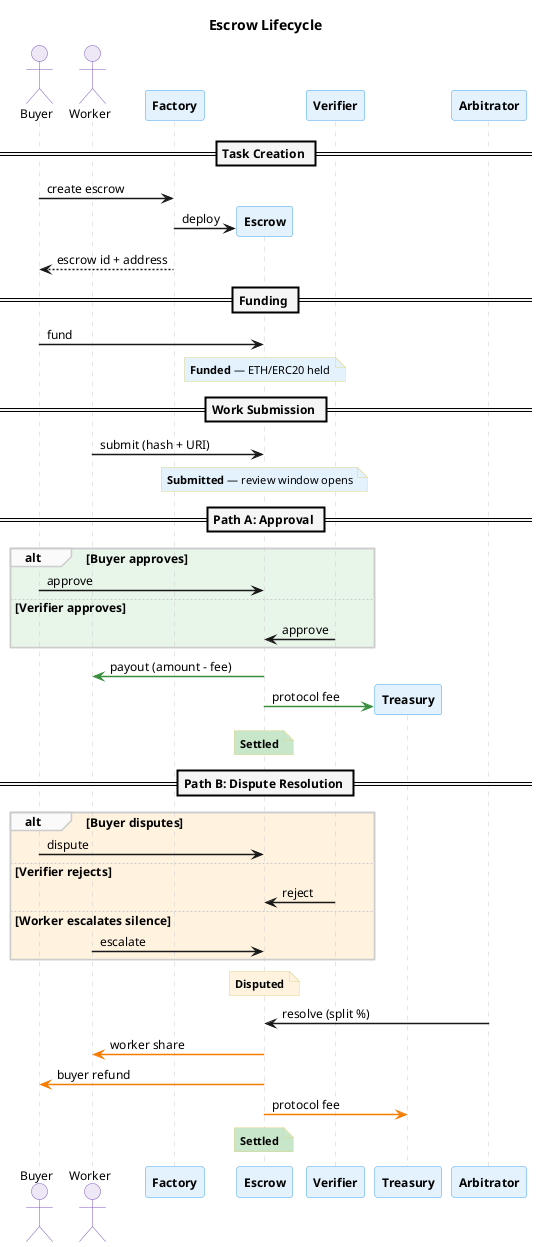
Before: docs/diagrams/lifecycle-sequence.png, a diagram exported from PlantUML (eddiefleurent/agent-escrow). Its source is kept beside it as docs/diagrams/lifecycle-sequence.puml. Its diagram source:
```plantuml
@startuml lifecycle-sequence
skinparam backgroundColor #FFFFFF
skinparam defaultFontName "Helvetica"
skinparam defaultFontSize 12
skinparam shadowing false
skinparam sequenceArrowThickness 1.5
skinparam sequenceLifeLineBorderColor #CCCCCC
skinparam sequenceDividerBackgroundColor #F5F5F5
skinparam sequenceDividerFontStyle bold
skinparam sequenceGroupBackgroundColor #FAFAFA
skinparam sequenceGroupBorderColor #CCCCCC

skinparam participant {
  BorderColor #42A5F5
  BackgroundColor #E3F2FD
  FontStyle bold
}

skinparam actor {
  BorderColor #7E57C2
  BackgroundColor #EDE7F6
}

skinparam note {
  BackgroundColor #FFFDE7
  BorderColor #E0D68A
  FontSize 11
}

title Escrow Lifecycle

actor "Buyer" as buyer
actor "Worker" as worker
participant "Factory" as factory

== Task Creation ==

buyer -> factory : create escrow
factory -> "Escrow" as escrow ** : deploy
factory --> buyer : escrow id + address

== Funding ==

buyer -> escrow : fund
note over escrow #E3F2FD : **Funded** — ETH/ERC20 held

== Work Submission ==

worker -> escrow : submit (hash + URI)
note over escrow #E3F2FD : **Submitted** — review window opens

== Path A: Approval ==

alt #E8F5E9 Buyer approves
  buyer -> escrow : approve
else #E8F5E9 Verifier approves
  "Verifier" as verifier -> escrow : approve
end

escrow -[#388E3C]> worker : payout (amount - fee)
escrow -[#388E3C]> "Treasury" as treasury ** #E8F5E9 : protocol fee
note over escrow #C8E6C9 : **Settled**

== Path B: Dispute Resolution ==

alt #FFF3E0 Buyer disputes
  buyer -> escrow : dispute
else #FFF3E0 Verifier rejects
  verifier -> escrow : reject
else #FFF3E0 Worker escalates silence
  worker -> escrow : escalate
end

note over escrow #FFF3E0 : **Disputed**

"Arbitrator" as arbitrator -> escrow : resolve (split %)

escrow -[#F57C00]> worker : worker share
escrow -[#F57C00]> buyer : buyer refund
escrow -[#F57C00]> treasury : protocol fee
note over escrow #C8E6C9 : **Settled**

@enduml
```
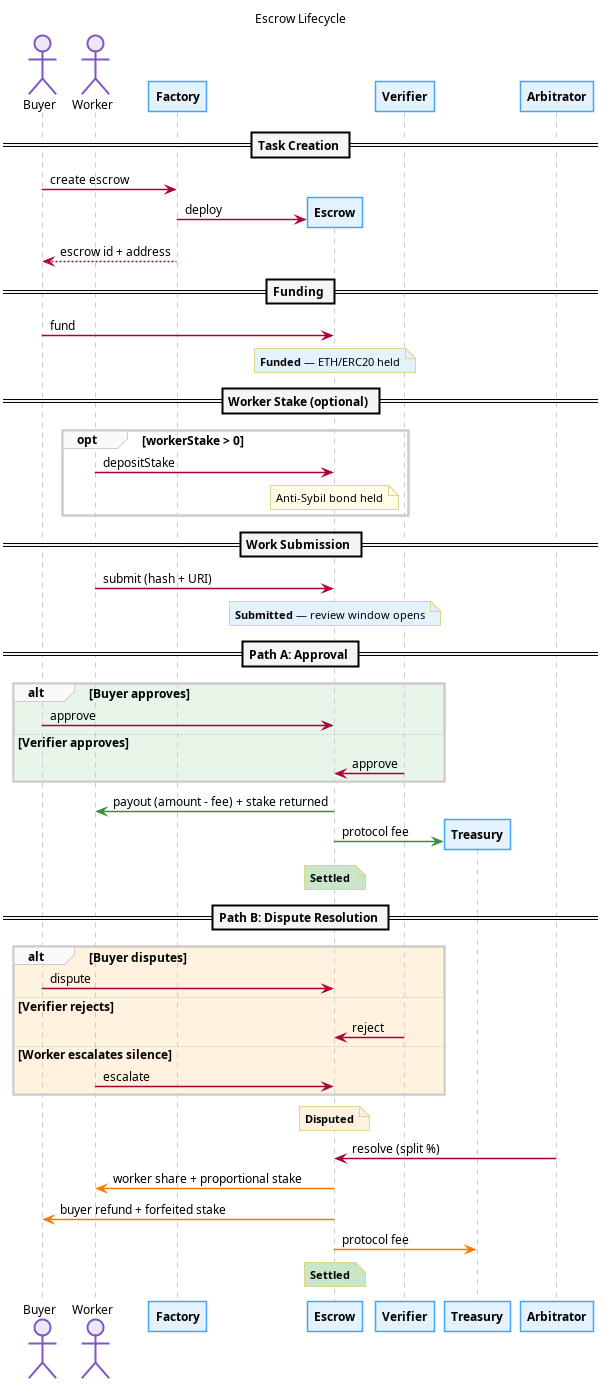
After the commit.

Change to the diagram source:
```diff
@@ -44,6 +44,13 @@
 buyer -> escrow : fund
 note over escrow #E3F2FD : **Funded** — ETH/ERC20 held
 
+== Worker Stake (optional) ==
+
+opt workerStake > 0
+  worker -> escrow : depositStake
+  note over escrow #FFFDE7 : Anti-Sybil bond held
+end
+
 == Work Submission ==
 
 worker -> escrow : submit (hash + URI)
@@ -57,7 +64,7 @@
   "Verifier" as verifier -> escrow : approve
 end
 
-escrow -[#388E3C]> worker : payout (amount - fee)
+escrow -[#388E3C]> worker : payout (amount - fee) + stake returned
 escrow -[#388E3C]> "Treasury" as treasury ** #E8F5E9 : protocol fee
 note over escrow #C8E6C9 : **Settled**
 
@@ -75,8 +82,8 @@
 
 "Arbitrator" as arbitrator -> escrow : resolve (split %)
 
-escrow -[#F57C00]> worker : worker share
-escrow -[#F57C00]> buyer : buyer refund
+escrow -[#F57C00]> worker : worker share + proportional stake
+escrow -[#F57C00]> buyer : buyer refund + forfeited stake
 escrow -[#F57C00]> treasury : protocol fee
 note over escrow #C8E6C9 : **Settled**
 
```
